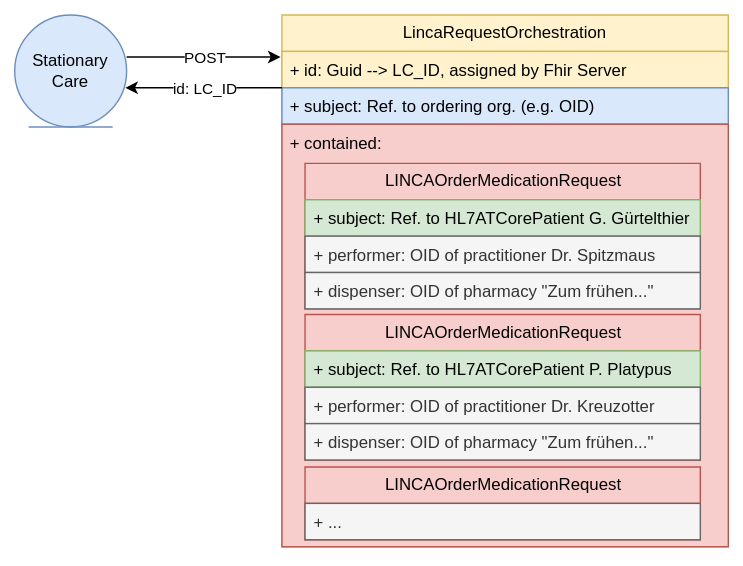
The draw.io diagram r5-LinkedCare-dev/UserStory_003_diagram.svg in HL7Austria/hl7austria.github.io, before a commit. Source tidied: cells renumbered, new cells last; positions are measured from the earlier drawing's top-left corner, leaving out a move shared by most shapes.
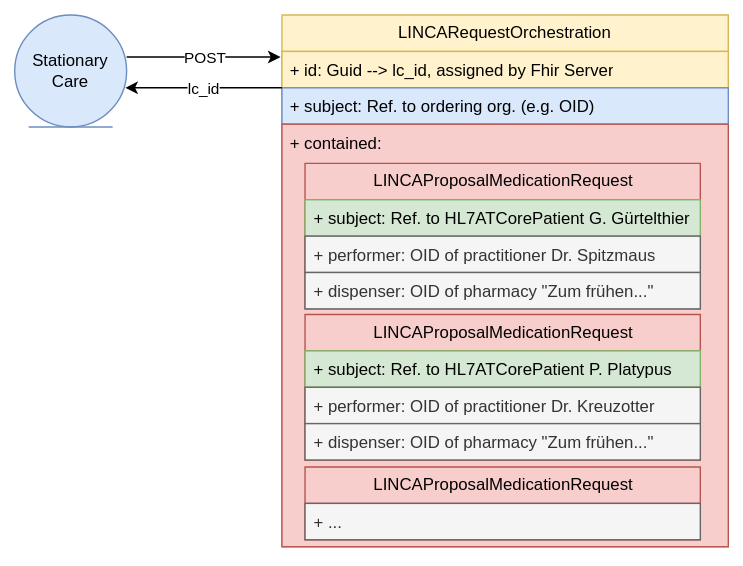
After the change.

What changed in the source:
```diff
@@ -2,10 +2,10 @@
   <root>
     <mxCell id="0" />
     <mxCell id="1" parent="0" />
-    <mxCell id="2" value="LincaRequestOrchestration" style="swimlane;fontStyle=0;horizontal=1;startSize=26;fillColor=#fff2cc;whiteSpace=wrap;html=1;strokeColor=#d6b656;" parent="1" vertex="1">
+    <mxCell id="2" value="LINCARequestOrchestration" style="swimlane;fontStyle=0;horizontal=1;startSize=26;fillColor=#fff2cc;whiteSpace=wrap;html=1;strokeColor=#d6b656;" parent="1" vertex="1">
       <mxGeometry x="191" width="319" height="380" as="geometry" />
     </mxCell>
-    <mxCell id="3" value="+ id: Guid --&amp;gt; LC_ID, assigned by Fhir Server" style="text;strokeColor=#d6b656;fillColor=#fff2cc;align=left;verticalAlign=top;spacingLeft=4;spacingRight=4;overflow=hidden;whiteSpace=wrap;html=1;" parent="2" vertex="1">
+    <mxCell id="3" value="+ id: Guid --&amp;gt; lc_id, assigned by Fhir Server" style="text;strokeColor=#d6b656;fillColor=#fff2cc;align=left;verticalAlign=top;spacingLeft=4;spacingRight=4;overflow=hidden;whiteSpace=wrap;html=1;" parent="2" vertex="1">
       <mxGeometry y="26" width="319" height="26" as="geometry" />
     </mxCell>
     <mxCell id="4" value="+ subject: Ref. to ordering org. (e.g. OID)" style="text;strokeColor=#6c8ebf;fillColor=#dae8fc;align=left;verticalAlign=top;spacingLeft=4;spacingRight=4;overflow=hidden;whiteSpace=wrap;html=1;" parent="2" vertex="1">
@@ -14,7 +14,7 @@
     <mxCell id="5" value="+ contained:&amp;nbsp;&lt;br&gt;&lt;blockquote style=&quot;margin: 0 0 0 40px; border: none; padding: 0px;&quot;&gt;&lt;/blockquote&gt;&lt;br&gt;&lt;blockquote style=&quot;margin: 0 0 0 40px; border: none; padding: 0px;&quot;&gt;&lt;/blockquote&gt;" style="text;strokeColor=#b85450;fillColor=#f8cecc;align=left;verticalAlign=top;spacingLeft=4;spacingRight=4;overflow=hidden;whiteSpace=wrap;html=1;" parent="2" vertex="1">
       <mxGeometry y="78" width="319" height="302" as="geometry" />
     </mxCell>
-    <mxCell id="6" value="LINCAOrderMedicationRequest" style="swimlane;fontStyle=0;horizontal=1;startSize=26;fillColor=#f8cecc;whiteSpace=wrap;html=1;strokeColor=#b85450;" parent="1" vertex="1">
+    <mxCell id="6" value="LINCAProposalMedicationRequest" style="swimlane;fontStyle=0;horizontal=1;startSize=26;fillColor=#f8cecc;whiteSpace=wrap;html=1;strokeColor=#b85450;" parent="1" vertex="1">
       <mxGeometry x="207.5" y="106" width="282.5" height="104" as="geometry" />
     </mxCell>
     <mxCell id="7" value="+ subject: Ref. to HL7ATCorePatient G. Gürtelthier" style="text;strokeColor=#82b366;fillColor=#d5e8d4;align=left;verticalAlign=top;spacingLeft=4;spacingRight=4;overflow=hidden;whiteSpace=wrap;html=1;" parent="6" vertex="1">
@@ -43,10 +43,12 @@
         <mxPoint x="191" y="52" as="sourcePoint" />
       </mxGeometry>
     </mxCell>
-    <mxCell id="14" value="id: LC_ID" style="edgeLabel;html=1;align=center;verticalAlign=middle;" parent="13" vertex="1">
-      <mxGeometry relative="1" as="geometry" />
+    <mxCell id="14" value="lc_id" style="edgeLabel;html=1;align=center;verticalAlign=middle;" parent="13" vertex="1">
+      <mxGeometry relative="1" as="geometry">
+        <mxPoint x="-1" as="offset" />
+      </mxGeometry>
     </mxCell>
-    <mxCell id="15" value="LINCAOrderMedicationRequest" style="swimlane;fontStyle=0;horizontal=1;startSize=26;fillColor=#f8cecc;whiteSpace=wrap;html=1;strokeColor=#b85450;" parent="1" vertex="1">
+    <mxCell id="15" value="LINCAProposalMedicationRequest" style="swimlane;fontStyle=0;horizontal=1;startSize=26;fillColor=#f8cecc;whiteSpace=wrap;html=1;strokeColor=#b85450;" parent="1" vertex="1">
       <mxGeometry x="207.5" y="214" width="282.5" height="104" as="geometry" />
     </mxCell>
     <mxCell id="16" value="+ subject: Ref. to HL7ATCorePatient P. Platypus" style="text;strokeColor=#82b366;fillColor=#d5e8d4;align=left;verticalAlign=top;spacingLeft=4;spacingRight=4;overflow=hidden;whiteSpace=wrap;html=1;" parent="15" vertex="1">
@@ -58,7 +60,7 @@
     <mxCell id="18" value="+ dispenser: OID of pharmacy &quot;Zum frühen...&quot;" style="text;strokeColor=#666666;fillColor=#f5f5f5;align=left;verticalAlign=top;spacingLeft=4;spacingRight=4;overflow=hidden;whiteSpace=wrap;html=1;fontColor=#333333;" parent="15" vertex="1">
       <mxGeometry y="78" width="282.5" height="26" as="geometry" />
     </mxCell>
-    <mxCell id="19" value="LINCAOrderMedicationRequest" style="swimlane;fontStyle=0;horizontal=1;startSize=26;fillColor=#f8cecc;whiteSpace=wrap;html=1;strokeColor=#b85450;" parent="1" vertex="1">
+    <mxCell id="19" value="LINCAProposalMedicationRequest" style="swimlane;fontStyle=0;horizontal=1;startSize=26;fillColor=#f8cecc;whiteSpace=wrap;html=1;strokeColor=#b85450;" parent="1" vertex="1">
       <mxGeometry x="207.5" y="323" width="282.5" height="52" as="geometry" />
     </mxCell>
     <mxCell id="20" value="+ ..." style="text;strokeColor=#666666;fillColor=#f5f5f5;align=left;verticalAlign=top;spacingLeft=4;spacingRight=4;overflow=hidden;whiteSpace=wrap;html=1;fontColor=#333333;" parent="19" vertex="1">
```
